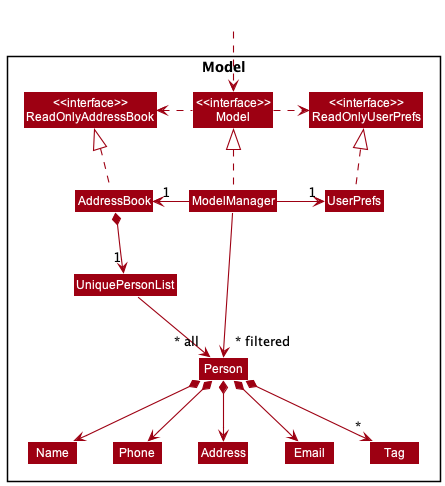
Before: docs/images/ModelClassDiagram.png, a diagram exported from PlantUML (nus-cs2103-AY2223S1/tp).
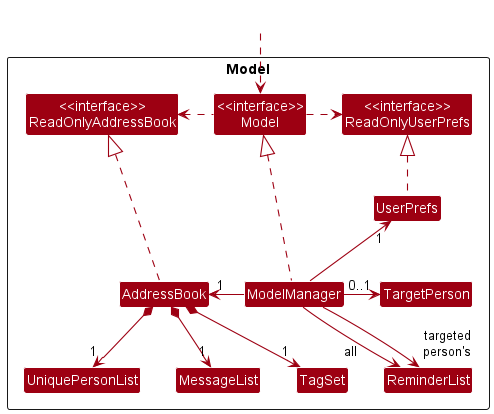
After the commit.

What changed in the source:
```diff
@@ -9,17 +9,14 @@
 Class "<<interface>>\nReadOnlyUserPrefs" as ReadOnlyUserPrefs
 Class "<<interface>>\nModel" as Model
 Class AddressBook
+Class ReminderList
 Class ModelManager
 Class UserPrefs
+Class TargetPerson
 
 Class UniquePersonList
-Class Person
-Class Address
-Class Email
-Class Name
-Class Phone
-Class Tag
-
+Class TagSet
+Class MessageList
 }
 
 Class HiddenOutside #FFFFFF
@@ -30,21 +27,19 @@
 ModelManager .up.|> Model
 Model .right.> ReadOnlyUserPrefs
 Model .left.> ReadOnlyAddressBook
-ModelManager -left-> "1" AddressBook
-ModelManager -right-> "1" UserPrefs
+ModelManager -right-> "1" AddressBook
+ModelManager -up-> "1" UserPrefs
+ModelManager -right-> "0..1" TargetPerson
+ModelManager -down-> "all      " ReminderList
+ModelManager -down-> "targeted\nperson's" ReminderList
 UserPrefs .up.|> ReadOnlyUserPrefs
 
 AddressBook *--> "1" UniquePersonList
-UniquePersonList --> "~* all" Person
-Person *--> Name
-Person *--> Phone
-Person *--> Email
-Person *--> Address
-Person *--> "*" Tag
+AddressBook *--> "1" TagSet
+AddressBook *--> "1" MessageList
 
-Name -[hidden]right-> Phone
-Phone -[hidden]right-> Address
-Address -[hidden]right-> Email
+UserPrefs -[hidden]right-> TargetPerson
+UniquePersonList -[hidden]right-> TagSet
+MessageList -[hidden]right-> TagSet
 
-ModelManager -->"~* filtered" Person
 @enduml
```
